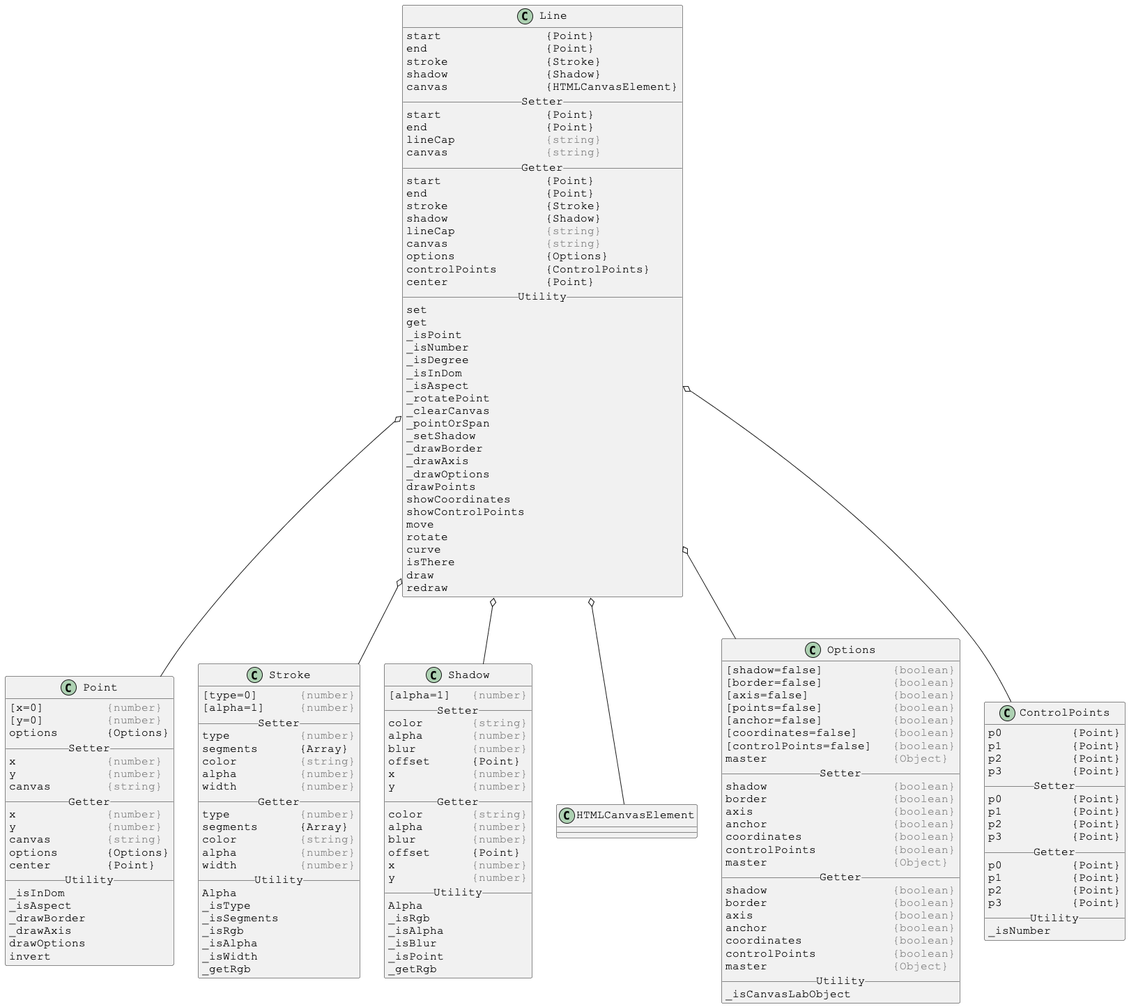
This is docs/PlantUml/images/linked/Line-linked.png from Justin-Byrne/canvasLab, a PlantUML export, as it was before one commit.
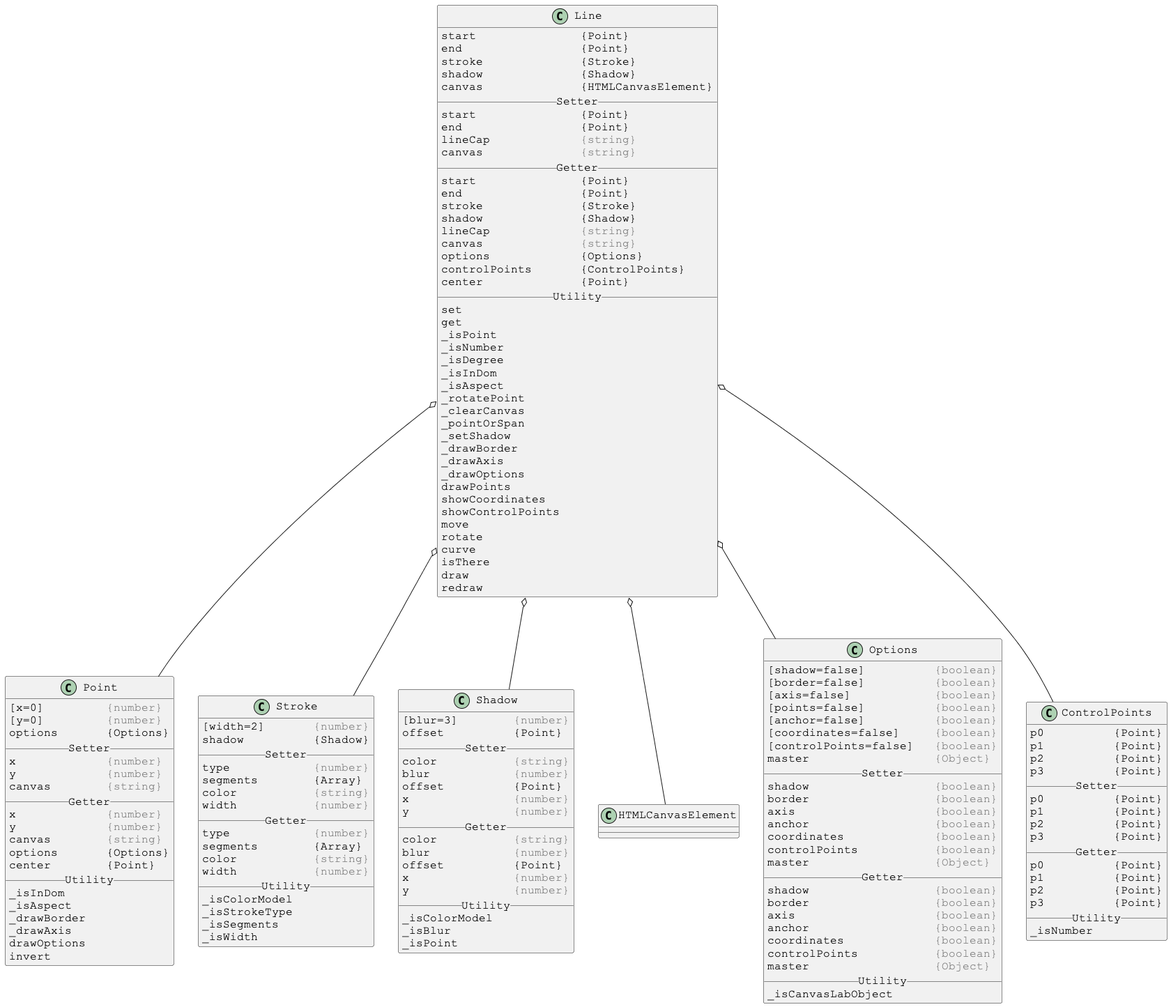
The same file after the commit.

Change to the diagram source:
```diff
@@ -91,28 +91,23 @@
 skinparam DefaultFontName Courier New
 
 class Stroke {
-[type=0]      <color:gray>{number}</color>
-[alpha=1]     <color:gray>{number}</color>
+[width=2]       <color:gray>{number}</color>
+shadow          {Shadow}
 __ Setter __
-type          <color:gray>{number}</color>
-segments      {Array}
-color         <color:gray>{string}</color>
-alpha         <color:gray>{number}</color>
-width         <color:gray>{number}</color>
+type            <color:gray>{number}</color>
+segments        {Array}
+color           <color:gray>{string}</color>
+width           <color:gray>{number}</color>
 __ Getter __
-type          <color:gray>{number}</color>
-segments      {Array}
-color         <color:gray>{string}</color>
-alpha         <color:gray>{number}</color>
-width         <color:gray>{number}</color>
+type            <color:gray>{number}</color>
+segments        {Array}
+color           <color:gray>{string}</color>
+width           <color:gray>{number}</color>
 __ Utility __
-Alpha
-_isType
+_isColorModel
+_isStrokeType
 _isSegments
-_isRgb
-_isAlpha
 _isWidth
-_getRgb
 }
 
 
@@ -121,28 +116,24 @@
 skinparam DefaultFontName Courier New
 
 class Shadow {
-[alpha=1]   <color:gray>{number}</color>
+[blur=3]        <color:gray>{number}</color>
+offset          {Point}
 __ Setter __
-color       <color:gray>{string}</color>
-alpha       <color:gray>{number}</color>
-blur        <color:gray>{number}</color>
-offset      {Point}
-x           <color:gray>{number}</color>
-y           <color:gray>{number}</color>
+color           <color:gray>{string}</color>
+blur            <color:gray>{number}</color>
+offset          {Point}
+x               <color:gray>{number}</color>
+y               <color:gray>{number}</color>
 __ Getter __
-color       <color:gray>{string}</color>
-alpha       <color:gray>{number}</color>
-blur        <color:gray>{number}</color>
-offset      {Point}
-x           <color:gray>{number}</color>
-y           <color:gray>{number}</color>
+color           <color:gray>{string}</color>
+blur            <color:gray>{number}</color>
+offset          {Point}
+x               <color:gray>{number}</color>
+y               <color:gray>{number}</color>
 __ Utility __
-Alpha
-_isRgb
-_isAlpha
+_isColorModel
 _isBlur
 _isPoint
-_getRgb
 }
 
 
```
